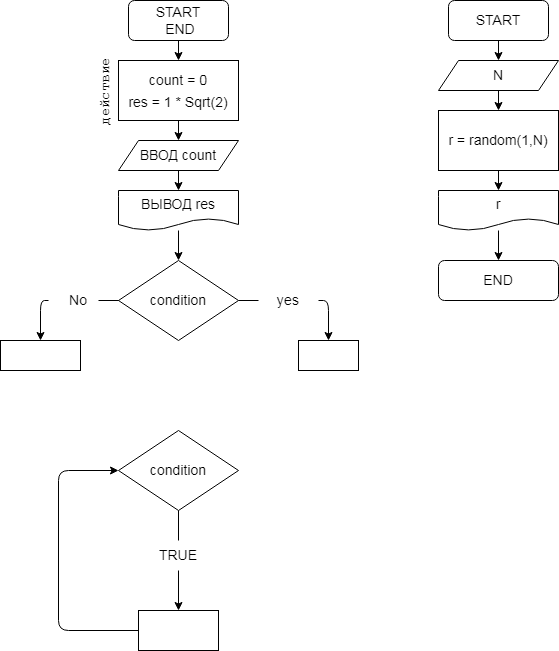
PolinaSavel/practice_SPK keeps this draw.io diagram as ex000.drawio.png. Above is the earlier version. Source tidied: cells renumbered, new cells last; positions are measured from the earlier drawing's top-left corner, leaving out a move shared by most shapes.
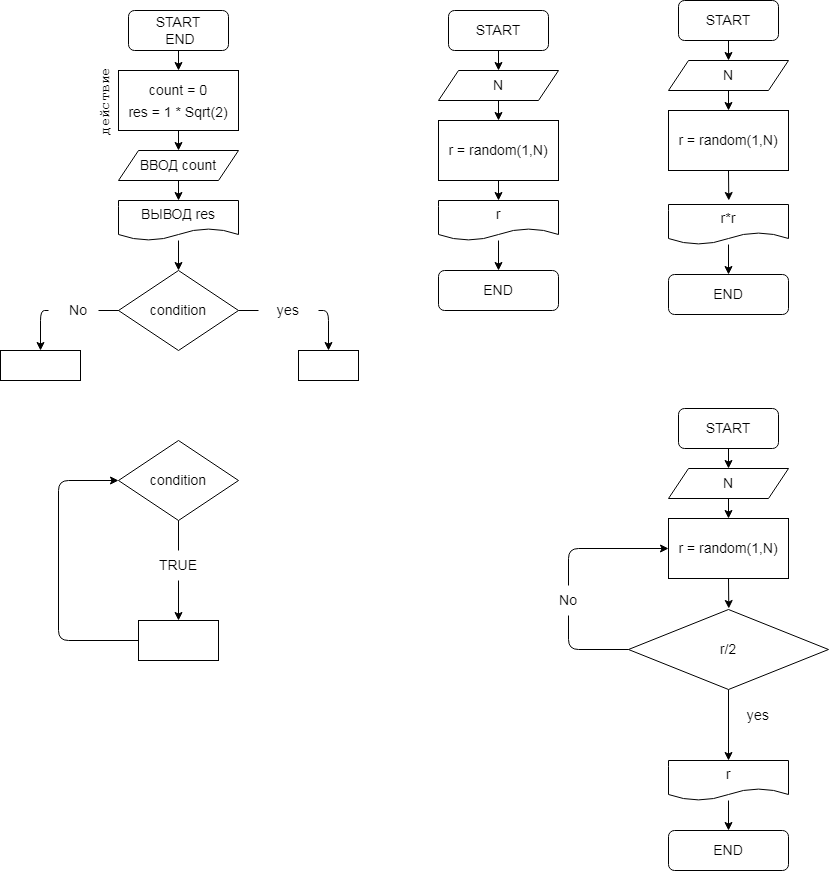
The same file after the commit.

Commit message:
находим случайные четные от 1 до N

Diff of the diagram source:
```diff
@@ -129,5 +129,103 @@
     <mxCell id="35" value="END" style="rounded=1;whiteSpace=wrap;html=1;fontSize=14;" parent="1" vertex="1">
       <mxGeometry x="438" y="260" width="120" height="40" as="geometry" />
     </mxCell>
+    <mxCell id="36" style="edgeStyle=none;html=1;fontSize=18;entryX=0.5;entryY=0;entryDx=0;entryDy=0;" parent="1" edge="1" source="37">
+      <mxGeometry relative="1" as="geometry">
+        <mxPoint x="728" y="50" as="targetPoint" />
+      </mxGeometry>
+    </mxCell>
+    <mxCell id="37" value="&lt;font&gt;&lt;font style=&quot;font-size: 14px&quot;&gt;START&lt;/font&gt;&lt;br&gt;&lt;/font&gt;" style="rounded=1;whiteSpace=wrap;html=1;" parent="1" vertex="1">
+      <mxGeometry x="678" y="-10" width="100" height="40" as="geometry" />
+    </mxCell>
+    <mxCell id="38" style="edgeStyle=none;html=1;exitX=0.5;exitY=1;exitDx=0;exitDy=0;" parent="1" edge="1" source="39">
+      <mxGeometry relative="1" as="geometry">
+        <mxPoint x="728" y="100" as="targetPoint" />
+      </mxGeometry>
+    </mxCell>
+    <mxCell id="39" value="N" style="shape=parallelogram;perimeter=parallelogramPerimeter;whiteSpace=wrap;html=1;fixedSize=1;fontSize=14;" parent="1" vertex="1">
+      <mxGeometry x="668" y="50" width="120" height="30" as="geometry" />
+    </mxCell>
+    <mxCell id="40" style="edgeStyle=none;html=1;fontSize=14;" parent="1" edge="1" source="41">
+      <mxGeometry relative="1" as="geometry">
+        <mxPoint x="728" y="264" as="targetPoint" />
+      </mxGeometry>
+    </mxCell>
+    <mxCell id="41" value="r*r" style="shape=document;whiteSpace=wrap;html=1;boundedLbl=1;fontSize=14;" parent="1" vertex="1">
+      <mxGeometry x="668" y="194" width="120" height="40" as="geometry" />
+    </mxCell>
+    <mxCell id="42" style="edgeStyle=none;html=1;exitX=0.5;exitY=1;exitDx=0;exitDy=0;fontSize=14;" parent="1" edge="1" source="43">
+      <mxGeometry relative="1" as="geometry">
+        <mxPoint x="728.3" y="190" as="targetPoint" />
+      </mxGeometry>
+    </mxCell>
+    <mxCell id="43" value="&lt;font style=&quot;font-size: 14px&quot;&gt;r = random(1,N)&lt;/font&gt;" style="rounded=0;whiteSpace=wrap;html=1;" parent="1" vertex="1">
+      <mxGeometry x="668" y="100" width="120" height="60" as="geometry" />
+    </mxCell>
+    <mxCell id="44" value="END" style="rounded=1;whiteSpace=wrap;html=1;fontSize=14;" parent="1" vertex="1">
+      <mxGeometry x="668" y="264" width="120" height="40" as="geometry" />
+    </mxCell>
+    <mxCell id="45" style="edgeStyle=none;html=1;fontSize=18;entryX=0.5;entryY=0;entryDx=0;entryDy=0;" parent="1" edge="1" source="46">
+      <mxGeometry relative="1" as="geometry">
+        <mxPoint x="728" y="458" as="targetPoint" />
+      </mxGeometry>
+    </mxCell>
+    <mxCell id="46" value="&lt;font&gt;&lt;font style=&quot;font-size: 14px&quot;&gt;START&lt;/font&gt;&lt;br&gt;&lt;/font&gt;" style="rounded=1;whiteSpace=wrap;html=1;" parent="1" vertex="1">
+      <mxGeometry x="678" y="398" width="100" height="40" as="geometry" />
+    </mxCell>
+    <mxCell id="47" style="edgeStyle=none;html=1;exitX=0.5;exitY=1;exitDx=0;exitDy=0;" parent="1" edge="1" source="48">
+      <mxGeometry relative="1" as="geometry">
+        <mxPoint x="728" y="508" as="targetPoint" />
+      </mxGeometry>
+    </mxCell>
+    <mxCell id="48" value="N" style="shape=parallelogram;perimeter=parallelogramPerimeter;whiteSpace=wrap;html=1;fixedSize=1;fontSize=14;" parent="1" vertex="1">
+      <mxGeometry x="668" y="458" width="120" height="30" as="geometry" />
+    </mxCell>
+    <mxCell id="49" style="edgeStyle=none;html=1;fontSize=14;" parent="1" edge="1" source="50">
+      <mxGeometry relative="1" as="geometry">
+        <mxPoint x="728" y="820" as="targetPoint" />
+      </mxGeometry>
+    </mxCell>
+    <mxCell id="50" value="r" style="shape=document;whiteSpace=wrap;html=1;boundedLbl=1;fontSize=14;" parent="1" vertex="1">
+      <mxGeometry x="668" y="750" width="120" height="40" as="geometry" />
+    </mxCell>
+    <mxCell id="51" style="edgeStyle=none;html=1;exitX=0.5;exitY=1;exitDx=0;exitDy=0;fontSize=14;" parent="1" edge="1" source="52">
+      <mxGeometry relative="1" as="geometry">
+        <mxPoint x="728.3" y="598" as="targetPoint" />
+      </mxGeometry>
+    </mxCell>
+    <mxCell id="52" value="&lt;font style=&quot;font-size: 14px&quot;&gt;r = random(1,N)&lt;/font&gt;" style="rounded=0;whiteSpace=wrap;html=1;" parent="1" vertex="1">
+      <mxGeometry x="668" y="508" width="120" height="60" as="geometry" />
+    </mxCell>
+    <mxCell id="53" value="END" style="rounded=1;whiteSpace=wrap;html=1;fontSize=14;" parent="1" vertex="1">
+      <mxGeometry x="668" y="820" width="120" height="40" as="geometry" />
+    </mxCell>
+    <mxCell id="54" style="edgeStyle=none;html=1;exitX=0.5;exitY=1;exitDx=0;exitDy=0;fontSize=14;" parent="1" edge="1" source="56">
+      <mxGeometry relative="1" as="geometry">
+        <mxPoint x="728" y="750" as="targetPoint" />
+      </mxGeometry>
+    </mxCell>
+    <mxCell id="55" style="edgeStyle=none;html=1;exitX=0.5;exitY=0;exitDx=0;exitDy=0;entryX=0;entryY=0.5;entryDx=0;entryDy=0;fontSize=14;startArrow=none;" parent="1" edge="1" source="58" target="52">
+      <mxGeometry relative="1" as="geometry">
+        <Array as="points">
+          <mxPoint x="568" y="538" />
+        </Array>
+      </mxGeometry>
+    </mxCell>
+    <mxCell id="56" value="r/2" style="rhombus;whiteSpace=wrap;html=1;fontSize=14;" parent="1" vertex="1">
+      <mxGeometry x="628" y="599" width="200" height="80" as="geometry" />
+    </mxCell>
+    <mxCell id="57" value="yes" style="text;html=1;strokeColor=none;fillColor=none;align=center;verticalAlign=middle;whiteSpace=wrap;rounded=0;fontSize=14;" parent="1" vertex="1">
+      <mxGeometry x="728" y="690" width="60" height="30" as="geometry" />
+    </mxCell>
+    <mxCell id="58" value="No" style="text;html=1;strokeColor=none;fillColor=none;align=center;verticalAlign=middle;whiteSpace=wrap;rounded=0;fontSize=14;" parent="1" vertex="1">
+      <mxGeometry x="538" y="575" width="60" height="30" as="geometry" />
+    </mxCell>
+    <mxCell id="59" style="edgeStyle=none;html=1;exitX=0;exitY=0.5;exitDx=0;exitDy=0;fontSize=14;endArrow=none;" parent="1" edge="1" source="56" target="58">
+      <mxGeometry relative="1" as="geometry">
+        <Array as="points">
+          <mxPoint x="568" y="639" />
+        </Array>
+      </mxGeometry>
+    </mxCell>
   </root>
 </mxGraphModel>
```
